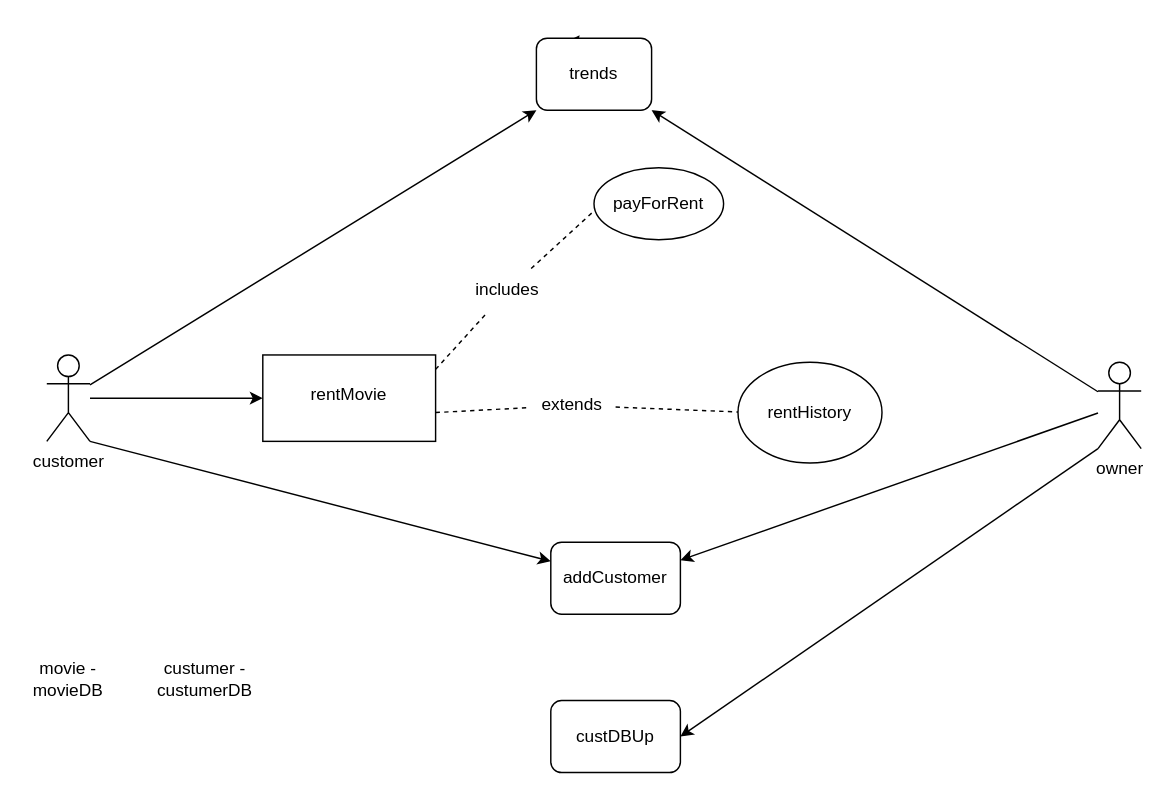
This is MovieRental.drawio from Maxxo95/RentalVideo, a draw.io file, before an edit. Source tidied: cells renumbered, new cells numbered last; positions are measured from the earlier drawing's top-left corner, leaving out a move shared by most shapes. Both pictures are drawn from the tidied source at 144%, with x=0, y=0 at pixel (24, 35).
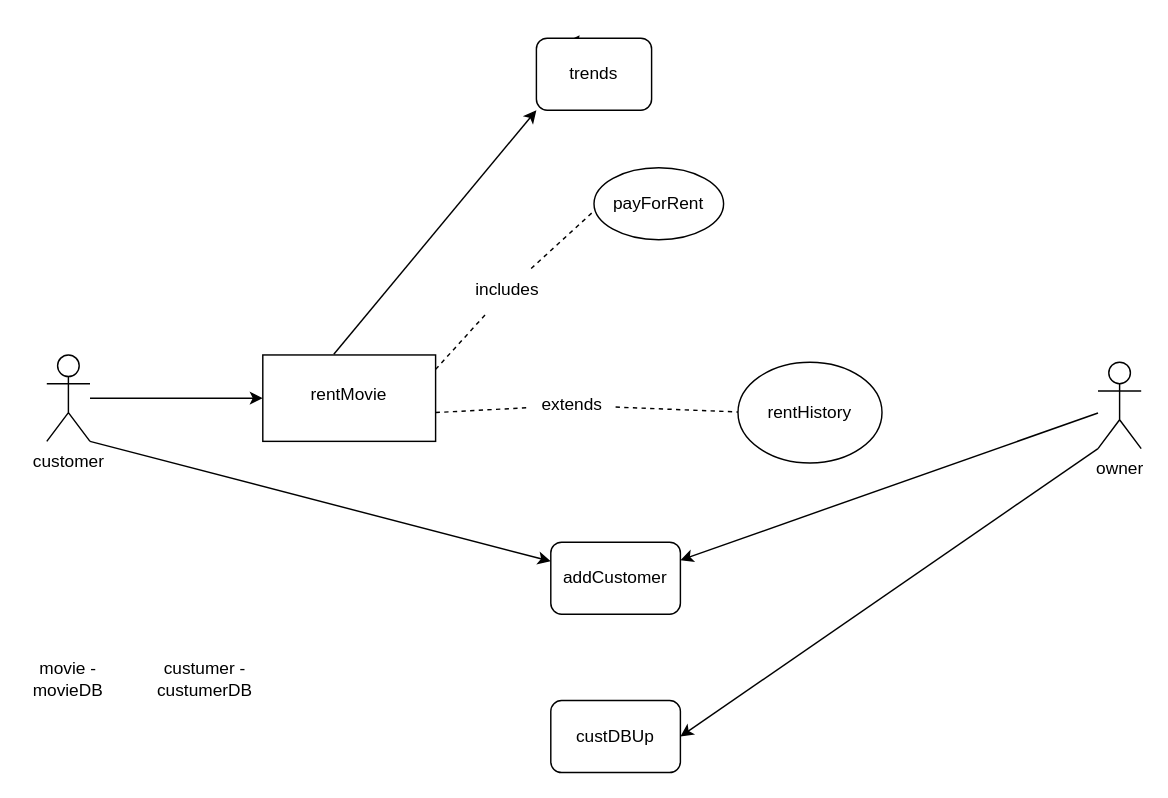
The same page after the edit.

Commit message (it also covers changes not shown here):
class diagram filling uml

parameters and methods

The change refers to these unchanged cells:
```xml
<mxCell id="4" value="customer&lt;br&gt;" style="shape=umlActor;verticalLabelPosition=bottom;verticalAlign=top;html=1;outlineConnect=0;" parent="1" vertex="1">
  <mxGeometry x="15" y="222" width="30" height="60" as="geometry" />
</mxCell>
<mxCell id="5" value="&lt;br&gt;rentMovie" style="whiteSpace=wrap;html=1;verticalAlign=top;" parent="1" vertex="1">
  <mxGeometry x="165" y="222" width="120" height="60" as="geometry" />
</mxCell>
<mxCell id="17" value="owner&lt;br&gt;" style="shape=umlActor;verticalLabelPosition=bottom;verticalAlign=top;html=1;outlineConnect=0;" parent="1" vertex="1">
  <mxGeometry x="745" y="227" width="30" height="60" as="geometry" />
</mxCell>
<mxCell id="22" value="trends" style="rounded=1;whiteSpace=wrap;html=1;" parent="1" vertex="1">
  <mxGeometry x="355" y="2" width="80" height="50" as="geometry" />
</mxCell>
```

Change to the diagram source:
```diff
@@
-    <mxCell id="3" style="edgeStyle=none;html=1;entryX=0;entryY=1;entryDx=0;entryDy=0;" parent="1" edge="1" source="4" target="22">
+    <mxCell id="3" style="edgeStyle=none;html=1;entryX=0;entryY=1;entryDx=0;entryDy=0;exitX=0.411;exitY=-0.008;exitDx=0;exitDy=0;exitPerimeter=0;" parent="1" edge="1" source="5" target="22">
       <mxGeometry relative="1" as="geometry" />
     </mxCell>
@@
-    <mxCell id="16" style="edgeStyle=none;html=1;entryX=1;entryY=1;entryDx=0;entryDy=0;" parent="1" edge="1" source="17" target="22">
-      <mxGeometry relative="1" as="geometry" />
-    </mxCell>
```
